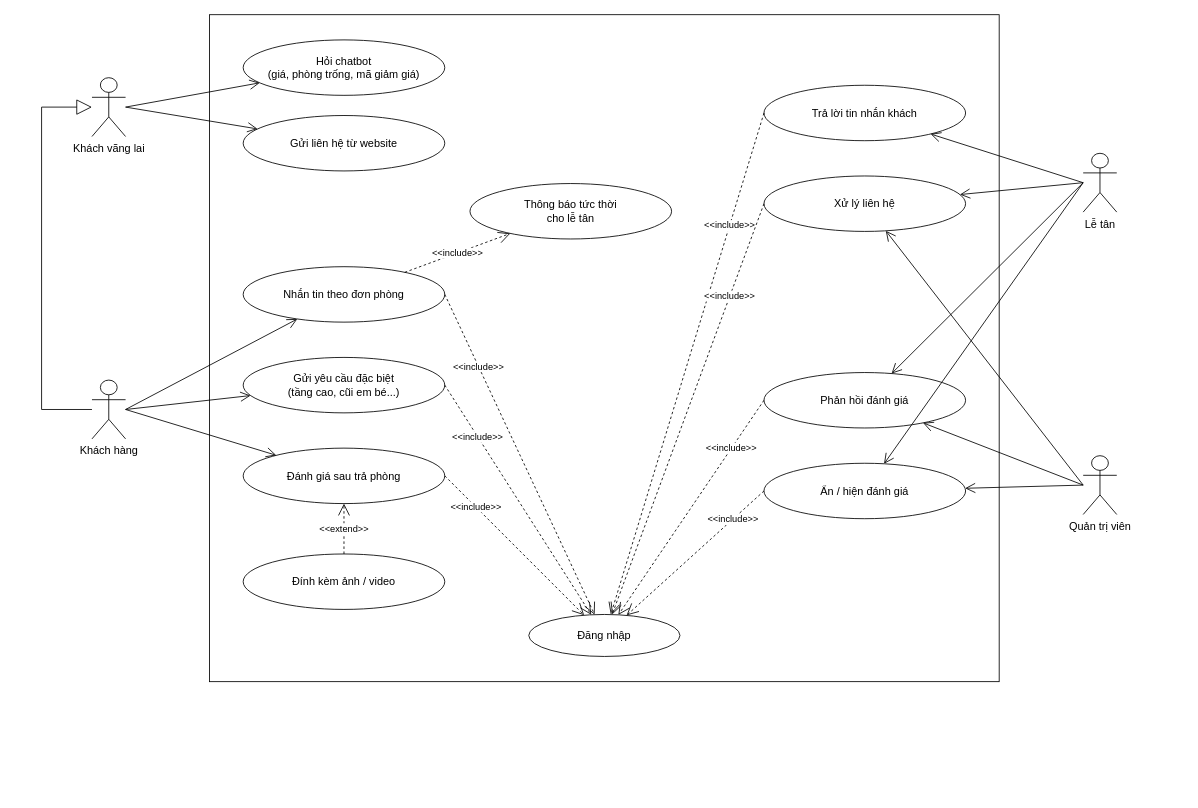
Earlier version of the draw.io diagram docs/use-case/phan-ra/uc8-cham-soc-khach.drawio (ngynquchn2511/beach-hotel). Source tidied: cells renumbered, new cells numbered last; positions are measured from the earlier drawing's top-left corner, leaving out a move shared by most shapes. Both pictures are drawn from the tidied source at 84%, with x=0, y=0 at pixel (41, 14).
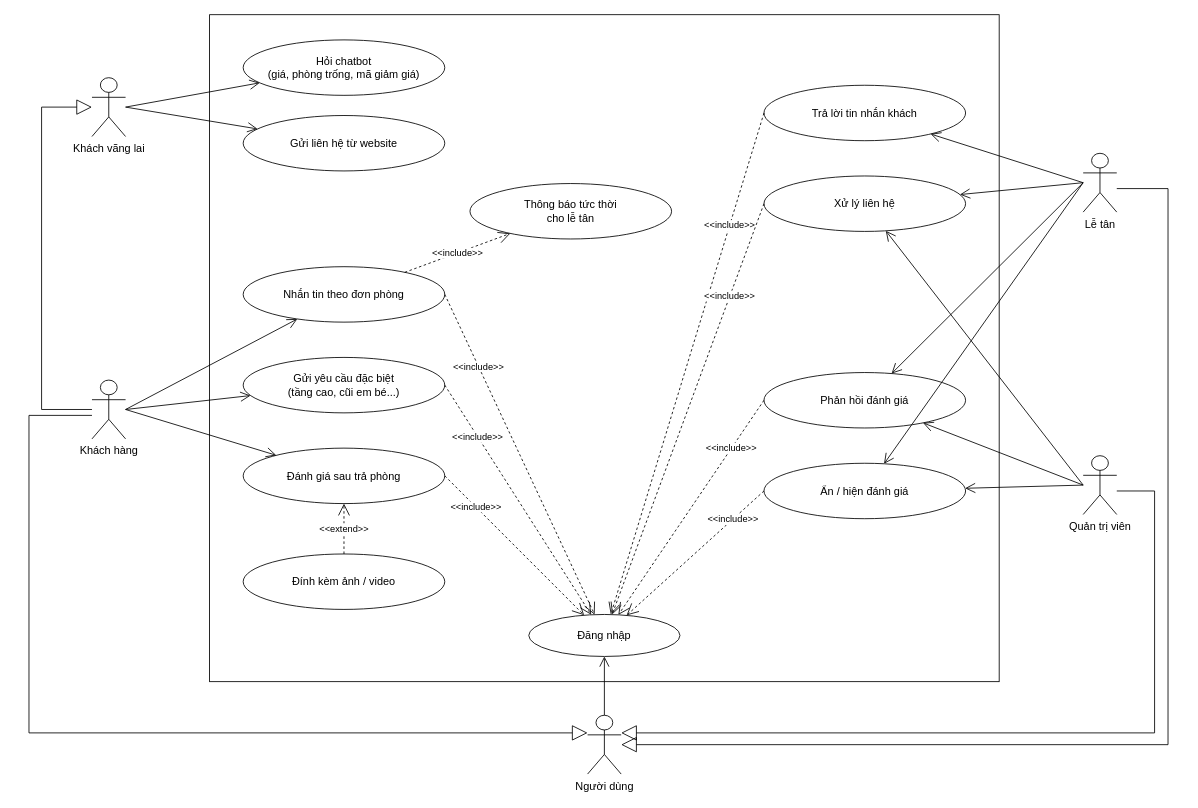
The same page after the edit.

The change refers to these unchanged cells:
```xml
<mxCell id="14" value="Đăng nhập" style="ellipse;whiteSpace=wrap;html=1;fillColor=#FFFFFF;strokeColor=#000000;fontSize=13;" parent="1" vertex="1">
  <mxGeometry x="580" y="714" width="180" height="50" as="geometry" />
</mxCell>
<mxCell id="16" value="Khách hàng" style="shape=umlActor;verticalLabelPosition=bottom;verticalAlign=top;html=1;outlineConnect=0;fillColor=#FFFFFF;strokeColor=#000000;fontSize=13;" parent="1" vertex="1">
  <mxGeometry x="60" y="435" width="40" height="70" as="geometry" />
</mxCell>
<mxCell id="17" value="Lễ tân" style="shape=umlActor;verticalLabelPosition=bottom;verticalAlign=top;html=1;outlineConnect=0;fillColor=#FFFFFF;strokeColor=#000000;fontSize=13;" parent="1" vertex="1">
  <mxGeometry x="1240" y="165" width="40" height="70" as="geometry" />
</mxCell>
<mxCell id="18" value="Quản trị viên" style="shape=umlActor;verticalLabelPosition=bottom;verticalAlign=top;html=1;outlineConnect=0;fillColor=#FFFFFF;strokeColor=#000000;fontSize=13;" parent="1" vertex="1">
  <mxGeometry x="1240" y="525" width="40" height="70" as="geometry" />
</mxCell>
```

Change to the diagram source:
```diff
@@
+    <mxCell id="41" value="Người dùng" style="shape=umlActor;verticalLabelPosition=bottom;verticalAlign=top;html=1;outlineConnect=0;fillColor=#FFFFFF;strokeColor=#000000;fontSize=13;" parent="1" vertex="1">
+      <mxGeometry x="650" y="834" width="40" height="70" as="geometry" />
+    </mxCell>
+    <mxCell id="42" style="endArrow=open;endSize=10;html=1;rounded=0;strokeColor=#000000;exitX=0.5;exitY=0;exitDx=0;exitDy=0;exitPerimeter=0;" parent="1" edge="1" source="41" target="14">
+      <mxGeometry relative="1" as="geometry" />
+    </mxCell>
+    <mxCell id="43" style="endArrow=block;endSize=16;endFill=0;html=1;rounded=0;strokeColor=#000000;exitX=0;exitY=0.6;exitDx=0;exitDy=0;exitPerimeter=0;entryX=0;entryY=0.3;entryDx=0;entryDy=0;entryPerimeter=0;" parent="1" edge="1" source="16" target="41">
+      <mxGeometry relative="1" as="geometry">
+        <Array as="points">
+          <mxPoint x="-15" y="477" />
+          <mxPoint x="-15" y="855" />
+        </Array>
+      </mxGeometry>
+    </mxCell>
+    <mxCell id="44" style="endArrow=block;endSize=16;endFill=0;html=1;rounded=0;strokeColor=#000000;exitX=1;exitY=0.6;exitDx=0;exitDy=0;exitPerimeter=0;entryX=1;entryY=0.3;entryDx=0;entryDy=0;entryPerimeter=0;" parent="1" edge="1" source="18" target="41">
+      <mxGeometry relative="1" as="geometry">
+        <Array as="points">
+          <mxPoint x="1325" y="567" />
+          <mxPoint x="1325" y="855" />
+        </Array>
+      </mxGeometry>
+    </mxCell>
+    <mxCell id="45" style="endArrow=block;endSize=16;endFill=0;html=1;rounded=0;strokeColor=#000000;exitX=1;exitY=0.6;exitDx=0;exitDy=0;exitPerimeter=0;entryX=1;entryY=0.5;entryDx=0;entryDy=0;entryPerimeter=0;" parent="1" edge="1" source="17" target="41">
+      <mxGeometry relative="1" as="geometry">
+        <Array as="points">
+          <mxPoint x="1341" y="207" />
+          <mxPoint x="1341" y="869" />
+        </Array>
+      </mxGeometry>
+    </mxCell>
```
